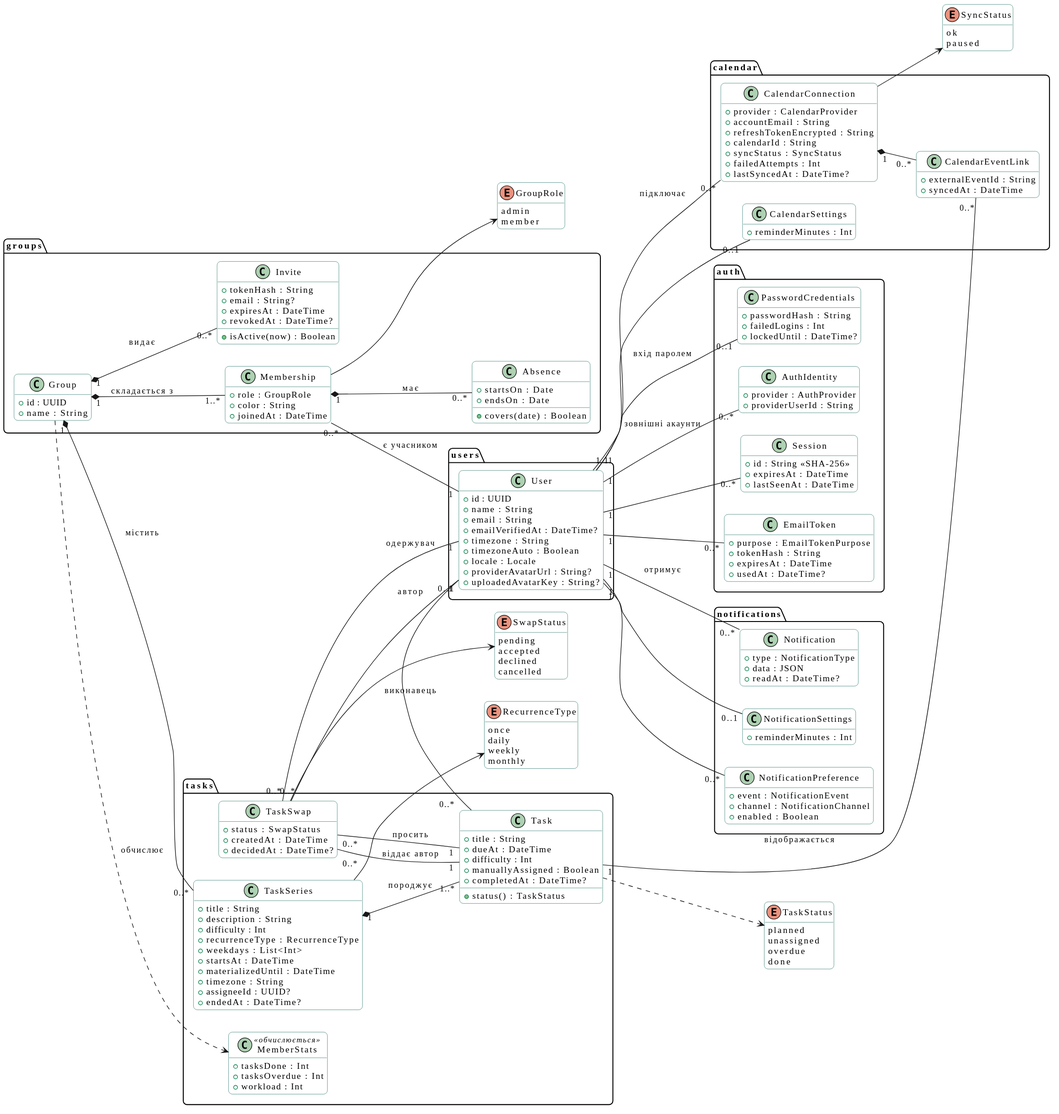
Earlier version of the PlantUML export docs/diagrams/class/svg/domain-model.svg (mzabrodin/Errandly).
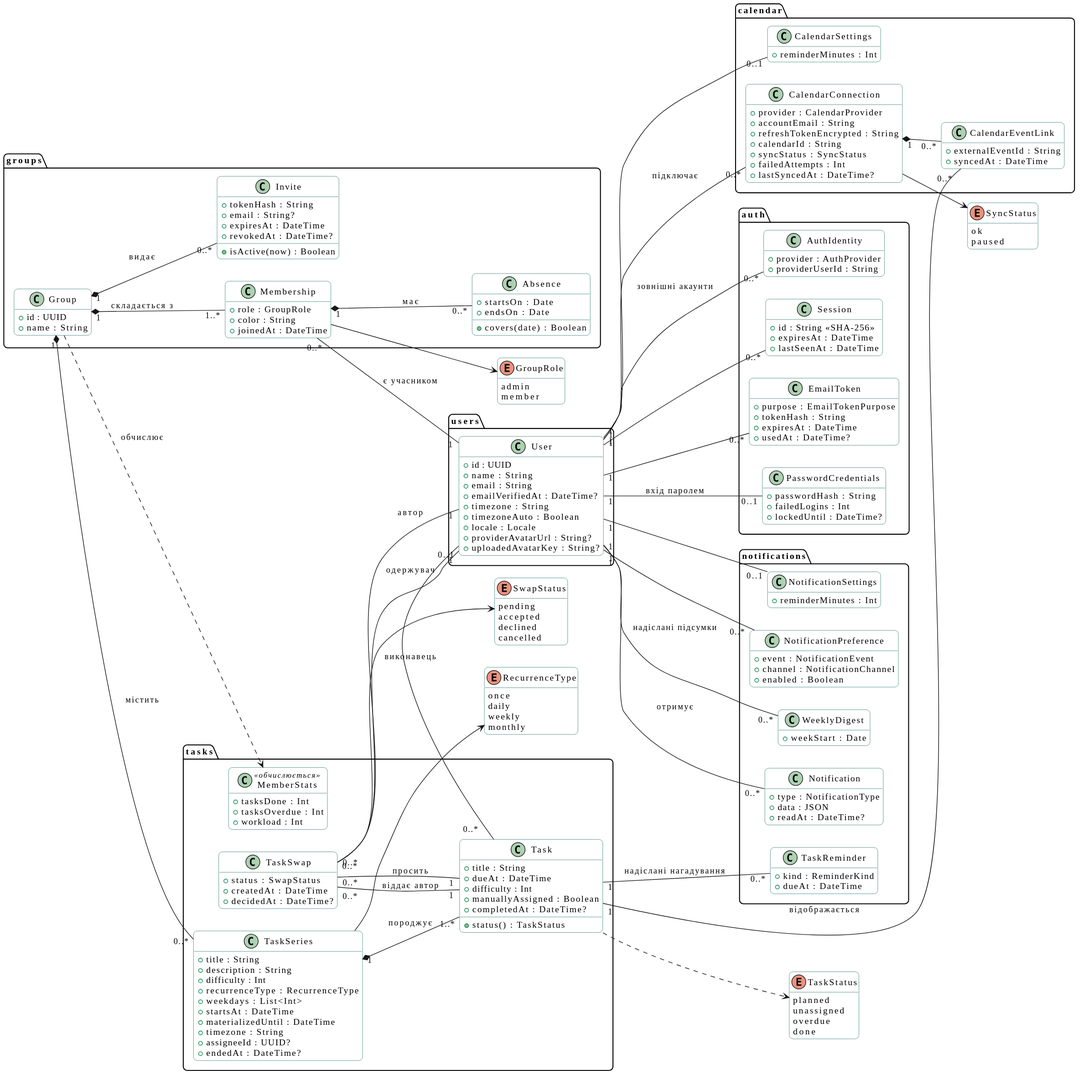
After the commit.

Diff of the diagram source:
```diff
@@ -121,6 +121,13 @@
     +channel : NotificationChannel
     +enabled : Boolean
   }
+  class TaskReminder {
+    +kind : ReminderKind
+    +dueAt : DateTime
+  }
+  class WeeklyDigest {
+    +weekStart : Date
+  }
 }
 
 package calendar {
@@ -188,6 +195,8 @@
 User "1" -- "0..*" Notification : отримує
 User "1" -- "0..1" NotificationSettings
 User "1" -- "0..*" NotificationPreference
+Task "1" -- "0..*" TaskReminder : надіслані нагадування
+User "1" -- "0..*" WeeklyDigest : надіслані підсумки
 User "1" -- "0..1" CalendarSettings
 User "1" -- "0..*" CalendarConnection : підключає
 CalendarConnection "1" *-- "0..*" CalendarEventLink
```
